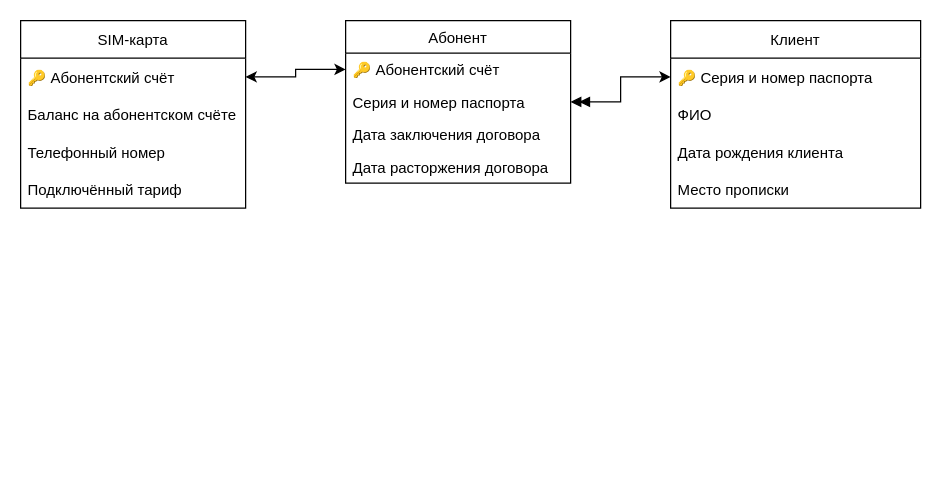
This is coursework/graphics/drawio/subscriber-relations.drawio from markov-avl/DatabaseDevelopmentTechnology, a draw.io file, before an edit. Source tidied: cells renumbered, new cells numbered last; positions are measured from the earlier drawing's top-left corner, leaving out a move shared by most shapes. Both pictures are drawn from the tidied source at 125%, with x=0, y=0 at pixel (20, 20).
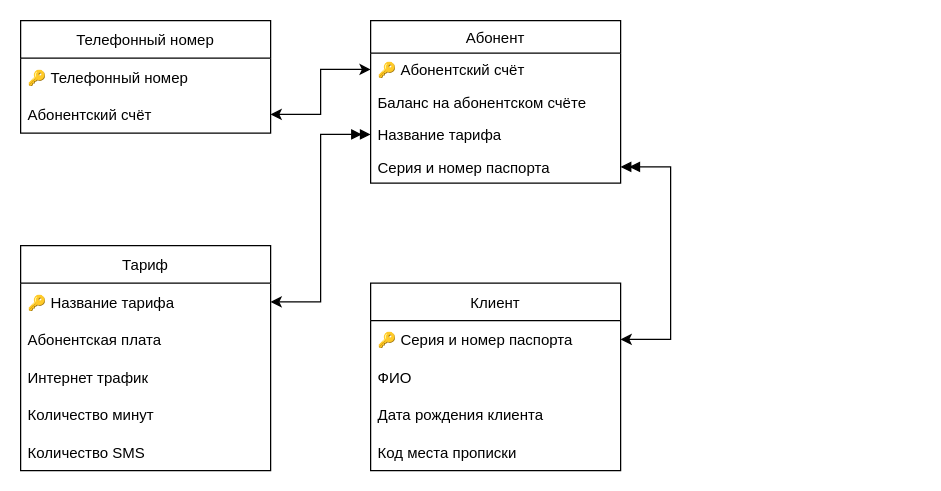
After the change.

Unchanged cells that the change refers to:
```xml
<mxCell id="3" value="🔑 Серия и номер паспорта" style="text;strokeColor=none;fillColor=none;align=left;verticalAlign=middle;spacingLeft=4;spacingRight=4;overflow=hidden;points=[[0,0.5],[1,0.5]];portConstraint=eastwest;" parent="2" vertex="1">
  <mxGeometry y="30" width="200" height="30" as="geometry" />
</mxCell>
```

What changed in the source:
```diff
@@
     <mxCell id="2" value="Клиент" style="swimlane;fontStyle=0;horizontal=1;startSize=30;" parent="1" vertex="1">
-      <mxGeometry x="520" width="200" height="150" as="geometry" />
+      <mxGeometry x="280" y="210" width="200" height="150" as="geometry" />
     </mxCell>
@@
-    <mxCell id="6" value="Место прописки" style="text;strokeColor=none;fillColor=none;align=left;verticalAlign=middle;spacingLeft=4;spacingRight=4;overflow=hidden;" parent="2" vertex="1">
-      <mxGeometry y="120" width="200" height="30" as="geometry" />
-    </mxCell>
+    <mxCell id="19" value="Код места прописки" style="text;strokeColor=none;fillColor=none;align=left;verticalAlign=middle;spacingLeft=4;spacingRight=4;overflow=hidden;" parent="2" vertex="1">
+      <mxGeometry y="120" width="200" height="30" as="geometry" />
+    </mxCell>
     <mxCell id="7" value="Абонент" style="swimlane;fontStyle=0;horizontal=1;startSize=26;flipH=1;flipV=0;" parent="1" vertex="1">
-      <mxGeometry x="260" width="180" height="130" as="geometry" />
+      <mxGeometry x="280" width="200" height="130" as="geometry" />
     </mxCell>
     <mxCell id="8" value="🔑 Абонентский счёт" style="text;strokeColor=none;fillColor=none;align=left;verticalAlign=top;spacingLeft=4;spacingRight=4;overflow=hidden;points=[[0,0.5],[1,0.5]];portConstraint=eastwest;" parent="7" vertex="1">
-      <mxGeometry y="26" width="180" height="26" as="geometry" />
+      <mxGeometry y="26" width="200" height="26" as="geometry" />
     </mxCell>
+    <mxCell id="16" value="Баланс на абонентском счёте" style="text;strokeColor=none;fillColor=none;align=left;verticalAlign=top;spacingLeft=4;spacingRight=4;overflow=hidden;" parent="7" vertex="1">
+      <mxGeometry y="52" width="200" height="26" as="geometry" />
+    </mxCell>
+    <mxCell id="20" value="Название тарифа" style="text;strokeColor=none;fillColor=none;align=left;verticalAlign=top;spacingLeft=4;spacingRight=4;overflow=hidden;points=[[0,0.5],[1,0.5]];portConstraint=eastwest;" parent="7" vertex="1">
+      <mxGeometry y="78" width="200" height="26" as="geometry" />
+    </mxCell>
     <mxCell id="9" value="Серия и номер паспорта" style="text;strokeColor=none;fillColor=none;align=left;verticalAlign=top;spacingLeft=4;spacingRight=4;overflow=hidden;points=[[0,0.5],[1,0.5]];portConstraint=eastwest;" parent="7" vertex="1">
-      <mxGeometry y="52" width="180" height="26" as="geometry" />
+      <mxGeometry y="104" width="200" height="26" as="geometry" />
     </mxCell>
-    <mxCell id="10" value="Дата заключения договора" style="text;strokeColor=none;fillColor=none;align=left;verticalAlign=top;spacingLeft=4;spacingRight=4;overflow=hidden;" parent="7" vertex="1">
-      <mxGeometry y="78" width="180" height="26" as="geometry" />
-    </mxCell>
-    <mxCell id="11" value="Дата расторжения договора" style="text;strokeColor=none;fillColor=none;align=left;verticalAlign=top;spacingLeft=4;spacingRight=4;overflow=hidden;" parent="7" vertex="1">
-      <mxGeometry y="104" width="180" height="26" as="geometry" />
-    </mxCell>
-    <mxCell id="12" style="endArrow=classic;html=1;exitX=0;exitY=0.5;exitDx=0;exitDy=0;startArrow=classic;startFill=1;edgeStyle=orthogonalEdgeStyle;elbow=vertical;rounded=0;entryX=1;entryY=0.5;entryDx=0;entryDy=0;" parent="1" edge="1" source="8" target="15">
-      <mxGeometry relative="1" as="geometry">
-        <Array as="points">
-          <mxPoint x="220" y="39" />
-          <mxPoint x="220" y="45" />
-        </Array>
-      </mxGeometry>
-    </mxCell>
-    <mxCell id="13" style="endArrow=doubleBlock;html=1;entryX=1;entryY=0.5;entryDx=0;entryDy=0;exitX=0;exitY=0.5;exitDx=0;exitDy=0;startArrow=classic;startFill=1;edgeStyle=orthogonalEdgeStyle;elbow=vertical;rounded=0;endFill=1;strokeWidth=1;" parent="1" edge="1" source="3" target="9">
-      <mxGeometry relative="1" as="geometry">
-        <Array as="points">
-          <mxPoint x="480" y="45" />
-          <mxPoint x="480" y="65" />
-        </Array>
-      </mxGeometry>
-    </mxCell>
-    <mxCell id="14" value="SIM-карта" style="swimlane;fontStyle=0;horizontal=1;startSize=30;" parent="1" vertex="1">
-      <mxGeometry width="180" height="150" as="geometry" />
-    </mxCell>
-    <mxCell id="15" value="🔑 Абонентский счёт" style="text;align=left;verticalAlign=middle;spacingLeft=4;spacingRight=4;overflow=hidden;points=[[0,0.5],[1,0.5]];portConstraint=eastwest;" parent="14" vertex="1">
-      <mxGeometry y="30" width="180" height="30" as="geometry" />
-    </mxCell>
-    <mxCell id="16" value="Баланс на абонентском счёте" style="text;align=left;verticalAlign=middle;spacingLeft=4;spacingRight=4;overflow=hidden;" parent="14" vertex="1">
-      <mxGeometry y="60" width="180" height="30" as="geometry" />
-    </mxCell>
-    <mxCell id="17" value="Телефонный номер" style="text;align=left;verticalAlign=middle;spacingLeft=4;spacingRight=4;overflow=hidden;" parent="14" vertex="1">
-      <mxGeometry y="90" width="180" height="30" as="geometry" />
+    <mxCell id="17" value="Телефонный номер" style="swimlane;fontStyle=0;horizontal=1;startSize=30;" parent="1" vertex="1">
+      <mxGeometry width="200" height="90" as="geometry" />
     </mxCell>
-    <mxCell id="18" value="Подключённый тариф" style="text;align=left;verticalAlign=middle;spacingLeft=4;spacingRight=4;overflow=hidden;" parent="14" vertex="1">
-      <mxGeometry y="120" width="180" height="30" as="geometry" />
-    </mxCell>
+    <mxCell id="21" value="🔑 Телефонный номер" style="text;align=left;verticalAlign=middle;spacingLeft=4;spacingRight=4;overflow=hidden;" parent="17" vertex="1">
+      <mxGeometry y="30" width="200" height="30" as="geometry" />
+    </mxCell>
+    <mxCell id="22" value="Абонентский счёт" style="text;align=left;verticalAlign=middle;spacingLeft=4;spacingRight=4;overflow=hidden;points=[[0,0.5],[1,0.5]];portConstraint=eastwest;" parent="17" vertex="1">
+      <mxGeometry y="60" width="200" height="30" as="geometry" />
+    </mxCell>
+    <mxCell id="23" value="Тариф" style="swimlane;fontStyle=0;horizontal=1;startSize=30;" parent="1" vertex="1">
+      <mxGeometry y="180" width="200" height="180" as="geometry" />
+    </mxCell>
+    <mxCell id="24" value="🔑 Название тарифа" style="text;align=left;verticalAlign=middle;spacingLeft=4;spacingRight=4;overflow=hidden;points=[[0,0.5],[1,0.5]];portConstraint=eastwest;" parent="23" vertex="1">
+      <mxGeometry y="30" width="200" height="30" as="geometry" />
+    </mxCell>
+    <mxCell id="25" value="Абонентская плата" style="text;align=left;verticalAlign=middle;spacingLeft=4;spacingRight=4;overflow=hidden;" parent="23" vertex="1">
+      <mxGeometry y="60" width="200" height="30" as="geometry" />
+    </mxCell>
+    <mxCell id="26" value="Интернет трафик" style="text;align=left;verticalAlign=middle;spacingLeft=4;spacingRight=4;overflow=hidden;" parent="23" vertex="1">
+      <mxGeometry y="90" width="200" height="30" as="geometry" />
+    </mxCell>
+    <mxCell id="27" value="Количество минут" style="text;align=left;verticalAlign=middle;spacingLeft=4;spacingRight=4;overflow=hidden;" parent="23" vertex="1">
+      <mxGeometry y="120" width="200" height="30" as="geometry" />
+    </mxCell>
+    <mxCell id="28" value="Количество SMS" style="text;align=left;verticalAlign=middle;spacingLeft=4;spacingRight=4;overflow=hidden;" parent="23" vertex="1">
+      <mxGeometry y="150" width="200" height="30" as="geometry" />
+    </mxCell>
+    <mxCell id="29" style="endArrow=classic;startArrow=classic;html=1;rounded=0;entryX=1;entryY=0.5;entryDx=0;entryDy=0;exitX=0;exitY=0.5;exitDx=0;exitDy=0;edgeStyle=orthogonalEdgeStyle;" parent="1" edge="1" source="8" target="22">
+      <mxGeometry relative="1" as="geometry" />
+    </mxCell>
+    <mxCell id="30" style="endArrow=doubleBlock;startArrow=classic;html=1;rounded=0;entryX=1;entryY=0.5;entryDx=0;entryDy=0;edgeStyle=orthogonalEdgeStyle;endFill=1;" parent="1" edge="1" target="9">
+      <mxGeometry relative="1" as="geometry">
+        <mxPoint x="480" y="255" as="sourcePoint" />
+        <Array as="points">
+          <mxPoint x="520" y="255" />
+          <mxPoint x="520" y="117" />
+        </Array>
+      </mxGeometry>
+    </mxCell>
+    <mxCell id="31" style="endArrow=doubleBlock;startArrow=classic;html=1;rounded=0;entryX=0;entryY=0.5;entryDx=0;entryDy=0;exitX=1;exitY=0.5;exitDx=0;exitDy=0;edgeStyle=orthogonalEdgeStyle;endFill=1;" parent="1" edge="1" source="24" target="20">
+      <mxGeometry relative="1" as="geometry" />
+    </mxCell>
```
